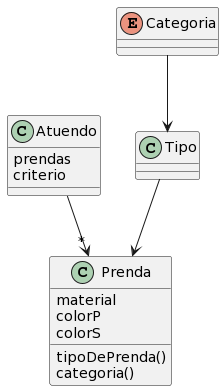
This is UML_QMP.png from GabiOlivieri/QMP, a PlantUML export, as it was before one commit. Its diagram source:
```plantuml
@startuml
class Atuendo{
prendas
criterio
}

class Prenda{
material
colorP
colorS
tipoDePrenda()
categoria()
}

enum Categoria{
}

class Tipo{
}


Atuendo -->"*" Prenda
Tipo --> Prenda
Categoria --> Tipo
@enduml
```
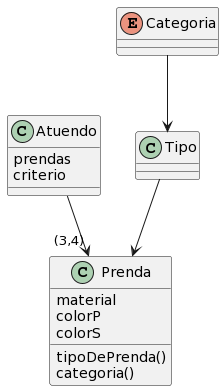
The same file after the commit.

Commit message:
Actualizo UML

Change to the diagram source:
```diff
@@ -19,7 +19,7 @@
 }
 
 
-Atuendo -->"*" Prenda
+Atuendo -->"(3,4)" Prenda
 Tipo --> Prenda
 Categoria --> Tipo
 @enduml
```
